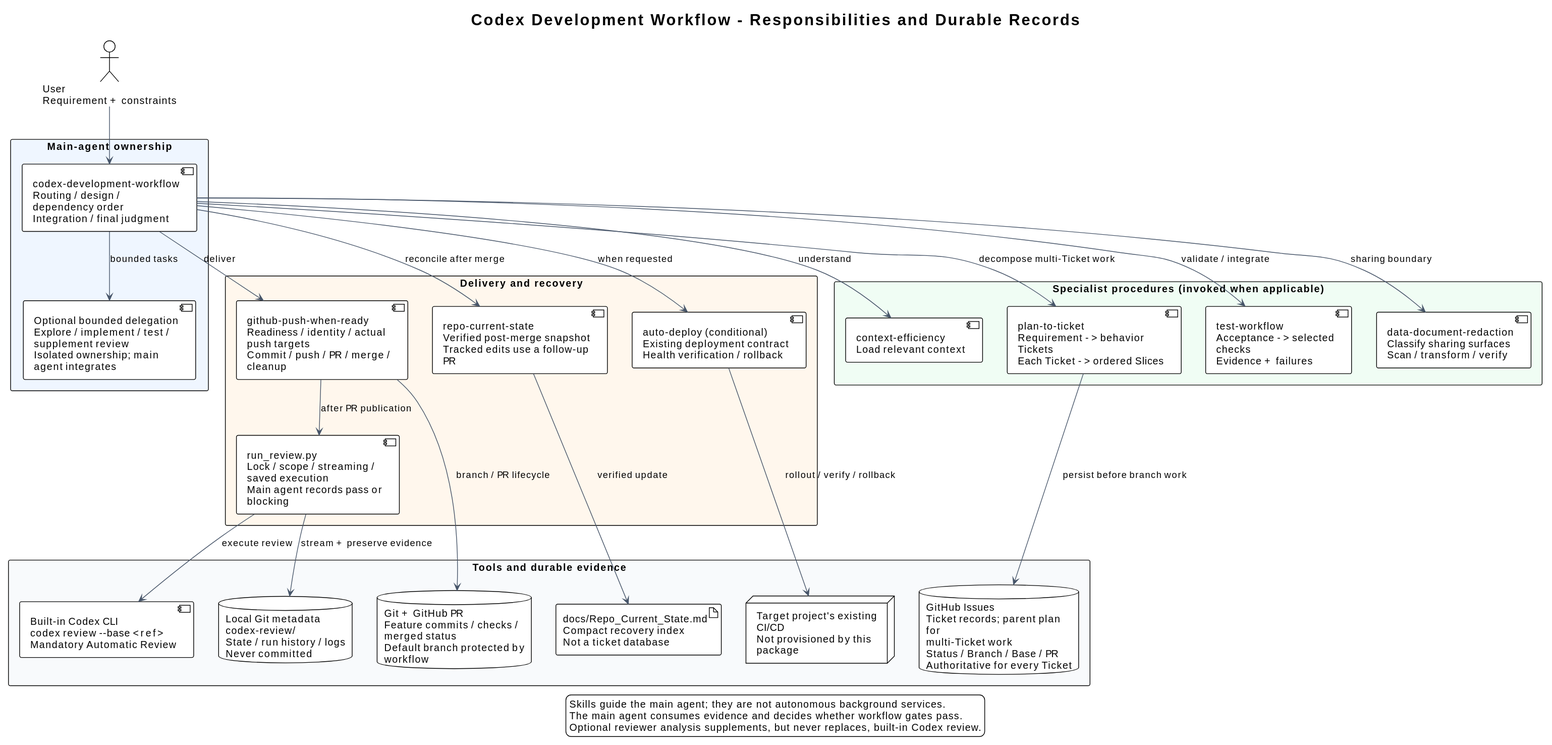
This is docs/diagrams/components.svg from i-zrhe2016/codex-development-workflow, a PlantUML export, as it was before one commit.
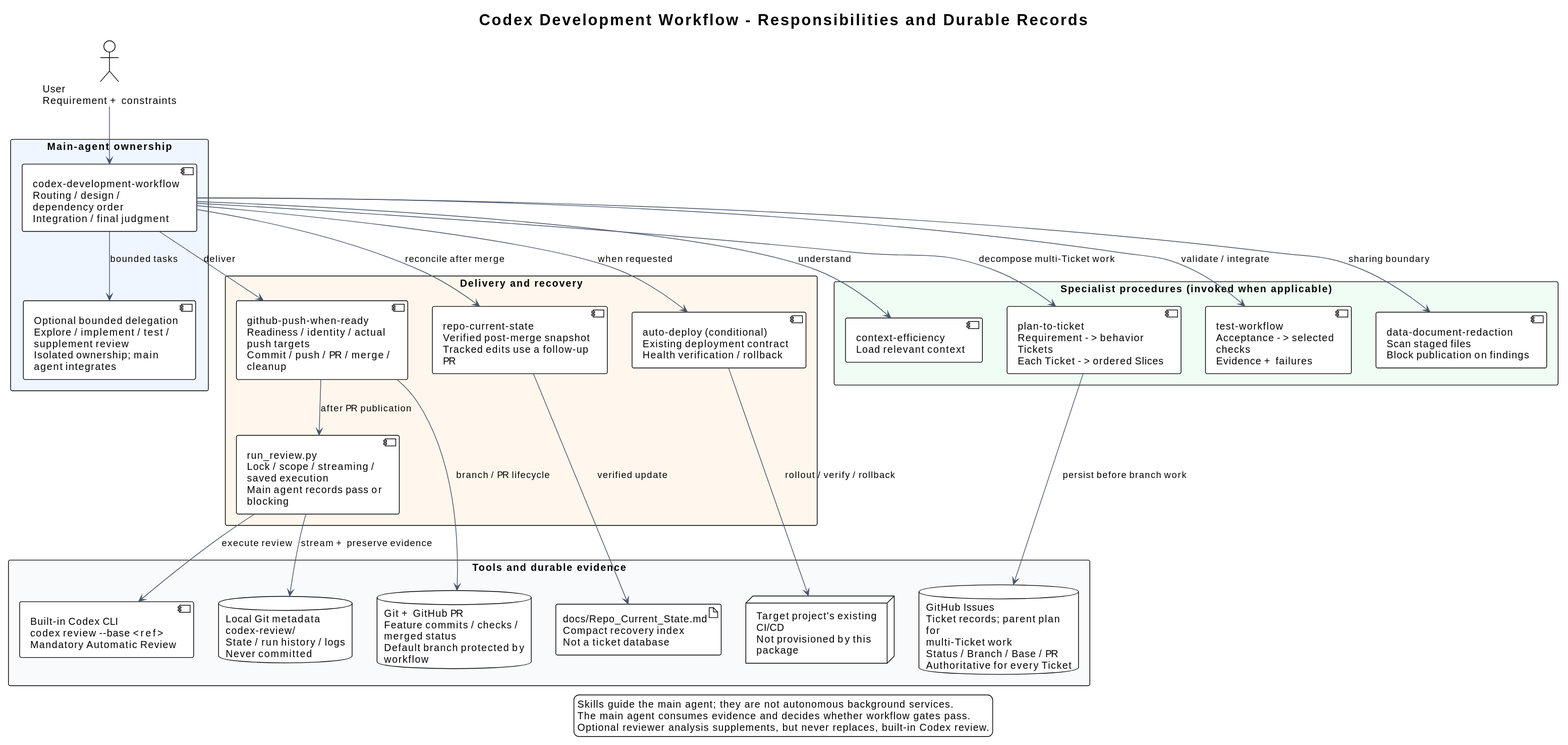
Later version of the same file.

Commit message:
docs(redaction): align docs with the staged-commit scanner

Diff of the diagram source:
```diff
@@ -17,7 +17,7 @@
   component "context-efficiency\nLoad relevant context" as context
   component "plan-to-ticket\nRequirement -> behavior Tickets\nEach Ticket -> ordered Slices" as plan
   component "test-workflow\nAcceptance -> selected checks\nEvidence + failures" as tests
-  component "data-document-redaction\nClassify sharing surfaces\nScan / transform / verify" as redact
+  component "data-document-redaction\nScan staged files\nBlock publication on findings" as redact
 }
 package "Delivery and recovery" #FFF7ED {
   component "github-push-when-ready\nReadiness / identity / actual push targets\nCommit / push / PR / merge / cleanup" as publish
```
